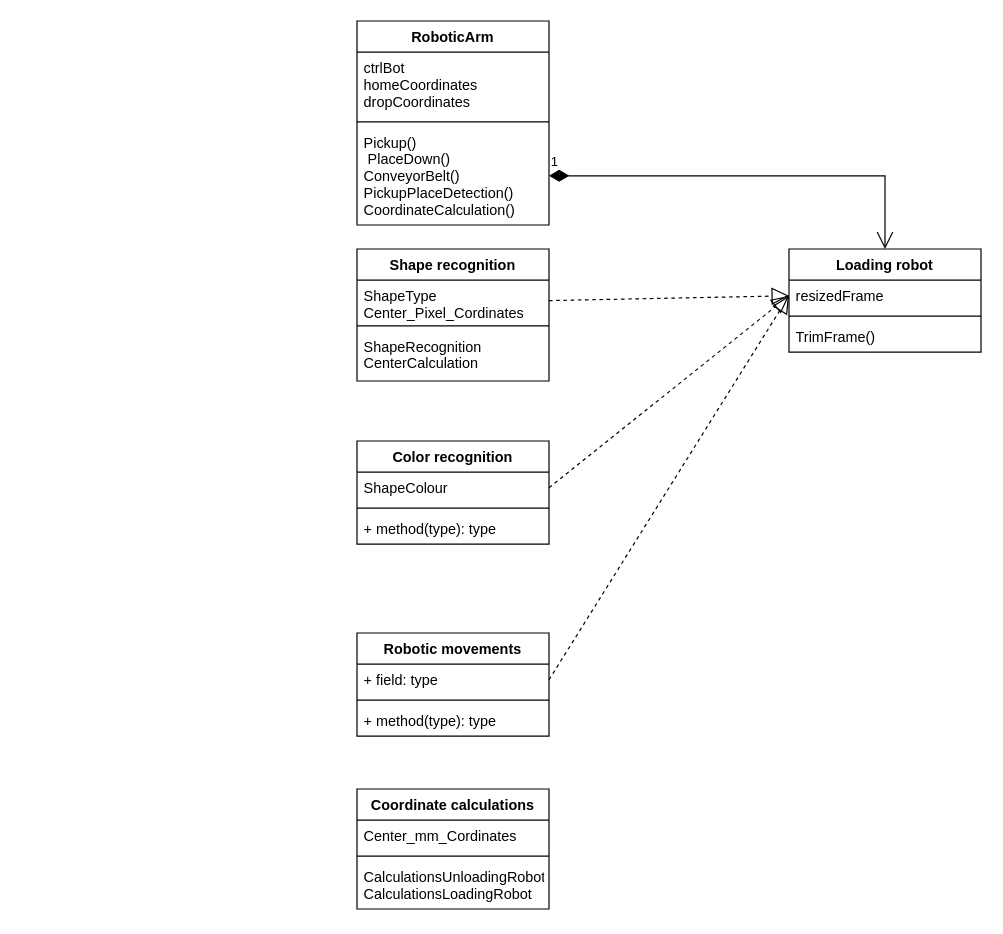
Above: Class diagram.drawio in WinnenVanB2IsBelangrijkerDanMeedoen/EndAssigmentMain-SDA3 (draw.io), before the change. Source tidied: cells renumbered, new cells numbered last; positions are measured from the earlier drawing's top-left corner, leaving out a move shared by most shapes. Both pictures are drawn from the tidied source at 120%, with x=0, y=0 at pixel (356, 20).
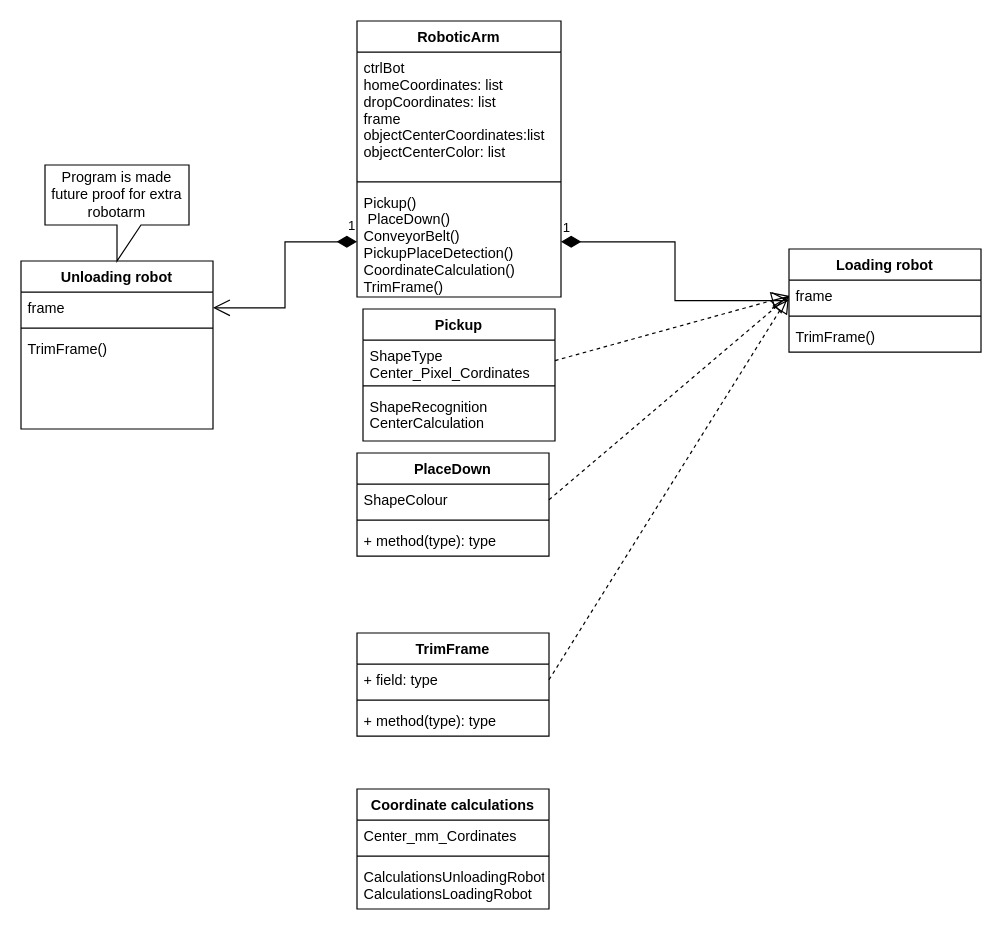
Above is the later version.

The change refers to these unchanged cells:
```xml
<mxCell id="19" value="Loading robot" style="swimlane;fontStyle=1;align=center;verticalAlign=top;horizontal=1;startSize=26;flipH=1;" parent="1" vertex="1">
  <mxGeometry x="360" y="190" width="160" height="86" as="geometry" />
</mxCell>
```

The edit, as a diff of the source:
```diff
@@
     <mxCell id="2" value="RoboticArm" style="swimlane;fontStyle=1;align=center;verticalAlign=top;horizontal=1;startSize=26;" parent="1" vertex="1">
-      <mxGeometry width="160" height="170" as="geometry" />
+      <mxGeometry width="170" height="230" as="geometry" />
     </mxCell>
-    <mxCell id="3" value="ctrlBot&#10;homeCoordinates&#10;dropCoordinates" style="text;strokeColor=none;fillColor=none;align=left;verticalAlign=top;spacingLeft=4;spacingRight=4;overflow=hidden;" parent="2" vertex="1">
-      <mxGeometry y="26" width="160" height="54" as="geometry" />
+    <mxCell id="3" value="ctrlBot&#10;homeCoordinates: list&#10;dropCoordinates: list&#10;frame&#10;objectCenterCoordinates:list&#10;objectCenterColor: list&#10;&#10;&#10;" style="text;strokeColor=none;fillColor=none;align=left;verticalAlign=top;spacingLeft=4;spacingRight=4;overflow=hidden;" parent="2" vertex="1">
+      <mxGeometry y="26" width="170" height="104" as="geometry" />
     </mxCell>
     <mxCell id="4" style="line;strokeWidth=1;fillColor=none;align=left;verticalAlign=middle;spacingTop=-1;spacingLeft=3;spacingRight=3;labelPosition=right;strokeColor=inherit;" parent="2" vertex="1">
-      <mxGeometry y="80" width="160" height="8" as="geometry" />
+      <mxGeometry y="130" width="170" height="8" as="geometry" />
     </mxCell>
-    <mxCell id="5" value="Pickup()&#10; PlaceDown()&#10;ConveyorBelt()&#10;PickupPlaceDetection()&#10;CoordinateCalculation()&#10;" style="text;strokeColor=none;fillColor=none;align=left;verticalAlign=top;spacingLeft=4;spacingRight=4;overflow=hidden;points=[[0,0.5],[1,0.5]];portConstraint=eastwest;" parent="2" vertex="1">
-      <mxGeometry y="88" width="160" height="82" as="geometry" />
+    <mxCell id="5" value="Pickup()&#10; PlaceDown()&#10;ConveyorBelt()&#10;PickupPlaceDetection()&#10;CoordinateCalculation()&#10;TrimFrame()&#10;" style="text;strokeColor=none;fillColor=none;align=left;verticalAlign=top;spacingLeft=4;spacingRight=4;overflow=hidden;points=[[0,0.5],[1,0.5]];portConstraint=eastwest;" parent="2" vertex="1">
+      <mxGeometry y="138" width="170" height="92" as="geometry" />
     </mxCell>
-    <mxCell id="6" value="Color recognition" style="swimlane;fontStyle=1;align=center;verticalAlign=top;horizontal=1;startSize=26;" parent="1" vertex="1">
-      <mxGeometry y="350" width="160" height="86" as="geometry" />
+    <mxCell id="6" value="PlaceDown" style="swimlane;fontStyle=1;align=center;verticalAlign=top;horizontal=1;startSize=26;" parent="1" vertex="1">
+      <mxGeometry y="360" width="160" height="86" as="geometry" />
     </mxCell>
@@
-    <mxCell id="10" value="Shape recognition&#10;" style="swimlane;fontStyle=1;align=center;verticalAlign=top;horizontal=1;startSize=26;flipH=1;" parent="1" vertex="1">
-      <mxGeometry y="190" width="160" height="110" as="geometry" />
+    <mxCell id="10" value="Pickup" style="swimlane;fontStyle=1;align=center;verticalAlign=top;horizontal=1;startSize=26;flipH=1;" parent="1" vertex="1">
+      <mxGeometry x="5" y="240" width="160" height="110" as="geometry" />
     </mxCell>
@@
-    <mxCell id="14" value="Robotic movements" style="swimlane;fontStyle=1;align=center;verticalAlign=top;horizontal=1;startSize=26;" parent="1" vertex="1">
+    <mxCell id="14" value="TrimFrame" style="swimlane;fontStyle=1;align=center;verticalAlign=top;horizontal=1;startSize=26;" parent="1" vertex="1">
       <mxGeometry y="510" width="160" height="86" as="geometry" />
     </mxCell>
@@
-    <mxCell id="20" value="resizedFrame" style="text;strokeColor=none;fillColor=none;align=left;verticalAlign=top;spacingLeft=4;spacingRight=4;overflow=hidden;points=[[0,0.5],[1,0.5]];portConstraint=eastwest;" parent="19" vertex="1">
+    <mxCell id="20" value="frame" style="text;strokeColor=none;fillColor=none;align=left;verticalAlign=top;spacingLeft=4;spacingRight=4;overflow=hidden;points=[[0,0.5],[1,0.5]];portConstraint=eastwest;" parent="19" vertex="1">
       <mxGeometry y="26" width="160" height="26" as="geometry" />
     </mxCell>
@@
+    <mxCell id="32" value="Unloading robot" style="swimlane;fontStyle=1;align=center;verticalAlign=top;horizontal=1;startSize=26;flipH=1;" parent="1" vertex="1">
+      <mxGeometry x="-280" y="200" width="160" height="140" as="geometry" />
+    </mxCell>
+    <mxCell id="33" value="frame" style="text;strokeColor=none;fillColor=none;align=left;verticalAlign=top;spacingLeft=4;spacingRight=4;overflow=hidden;points=[[0,0.5],[1,0.5]];portConstraint=eastwest;" parent="32" vertex="1">
+      <mxGeometry y="26" width="160" height="26" as="geometry" />
+    </mxCell>
+    <mxCell id="34" style="line;strokeWidth=1;fillColor=none;align=left;verticalAlign=middle;spacingTop=-1;spacingLeft=3;spacingRight=3;labelPosition=right;strokeColor=inherit;" parent="32" vertex="1">
+      <mxGeometry y="52" width="160" height="8" as="geometry" />
+    </mxCell>
+    <mxCell id="35" value="TrimFrame()" style="text;strokeColor=none;fillColor=none;align=left;verticalAlign=top;spacingLeft=4;spacingRight=4;overflow=hidden;" parent="32" vertex="1">
+      <mxGeometry y="60" width="160" height="80" as="geometry" />
+    </mxCell>
+    <mxCell id="36" value="1" style="endArrow=open;html=1;endSize=12;startArrow=diamondThin;startSize=14;startFill=1;edgeStyle=orthogonalEdgeStyle;align=left;verticalAlign=bottom;rounded=0;entryX=1;entryY=0.5;entryDx=0;entryDy=0;exitX=0;exitY=0.5;exitDx=0;exitDy=0;" parent="1" edge="1" source="5" target="33">
+      <mxGeometry x="-0.9" y="-4" relative="1" as="geometry" />
+    </mxCell>
+    <mxCell id="37" value="Program is made future proof for extra robotarm" style="shape=callout;whiteSpace=wrap;html=1;perimeter=calloutPerimeter;" parent="1" vertex="1">
+      <mxGeometry x="-260" y="120" width="120" height="80" as="geometry" />
+    </mxCell>
```
